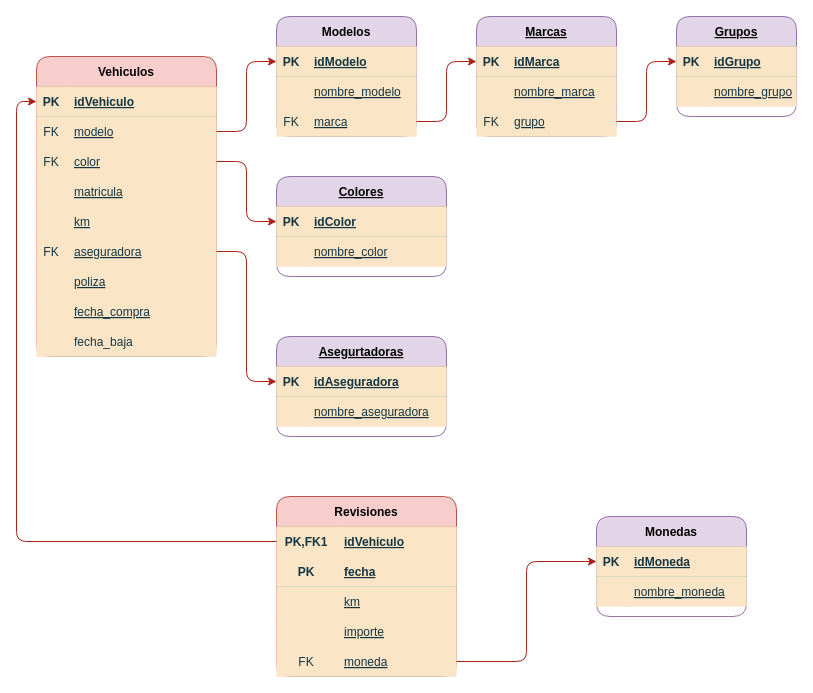
This is XaviRoca_ER.drawio from habana2000/PracticaSQL, a draw.io file, before an edit. Source tidied: cells renumbered, new cells numbered last; positions are measured from the earlier drawing's top-left corner, leaving out a move shared by most shapes. Both pictures are drawn from the tidied source at 100%, with x=0, y=0 at pixel (36, 16).
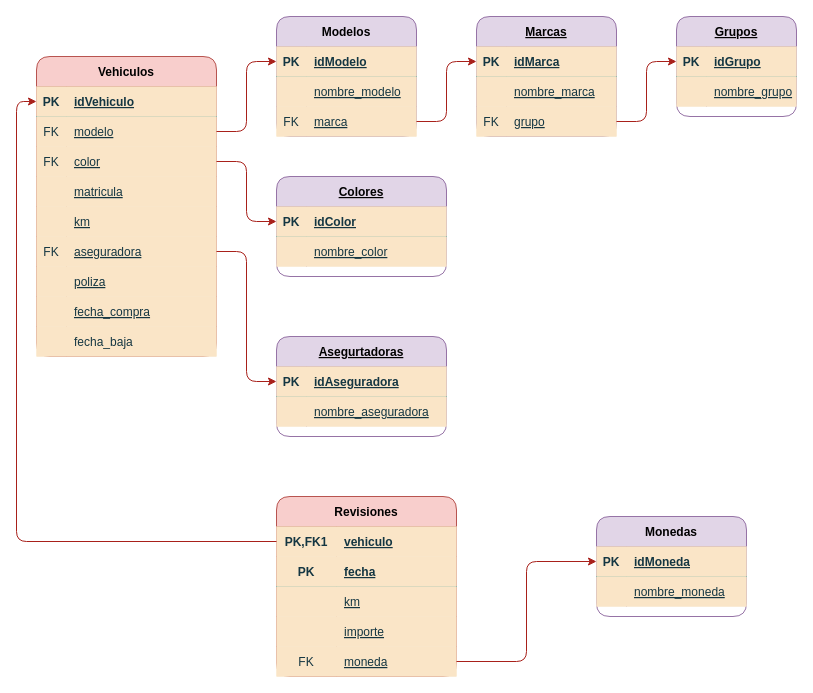
Above is the later version.

The change refers to these unchanged cells:
```xml
<mxCell id="61" style="shape=tableRow;horizontal=0;startSize=0;swimlaneHead=0;swimlaneBody=0;fillColor=#FAE5C7;points=[[0,0.5],[1,0.5]];portConstraint=eastwest;top=0;left=0;right=0;bottom=0;strokeColor=#0F8B8D;rounded=1;labelBackgroundColor=none;fontColor=#143642;" parent="60" vertex="1">
  <mxGeometry y="30" width="180" height="30" as="geometry" />
</mxCell>
```

The edit, as a diff of the source:
```diff
@@
-    <mxCell id="63" value="idVehiculo" style="shape=partialRectangle;fillColor=#FAE5C7;top=0;left=0;bottom=0;right=0;align=left;spacingLeft=6;fontStyle=5;overflow=hidden;strokeColor=#0F8B8D;rounded=1;labelBackgroundColor=none;fontColor=#143642;" parent="61" vertex="1">
+    <mxCell id="63" value="vehiculo" style="shape=partialRectangle;fillColor=#FAE5C7;top=0;left=0;bottom=0;right=0;align=left;spacingLeft=6;fontStyle=5;overflow=hidden;strokeColor=#0F8B8D;rounded=1;labelBackgroundColor=none;fontColor=#143642;" parent="61" vertex="1">
       <mxGeometry x="60" width="120" height="30" as="geometry" />
     </mxCell>
```
